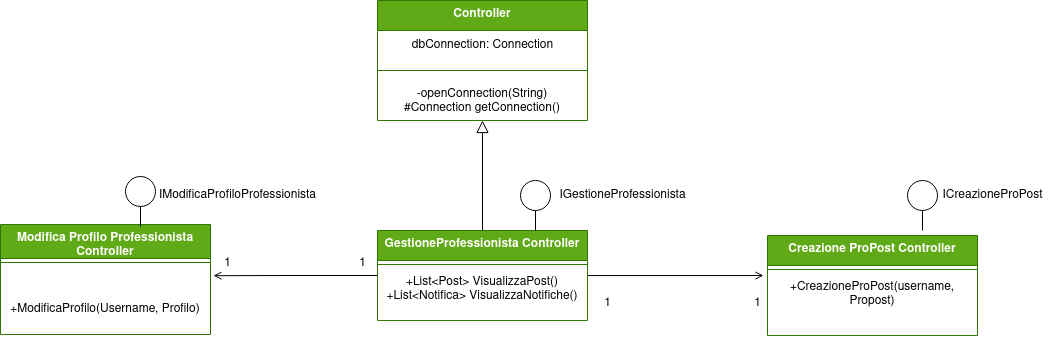
Above: Controller-Estesi/ControllerGestioneProfessionista Dettaglio.drawio.png in Iannicc/Pet-Party (draw.io), before the change. Source tidied: cells renumbered, new cells last; positions are measured from the earlier drawing's top-left corner, leaving out a move shared by most shapes.
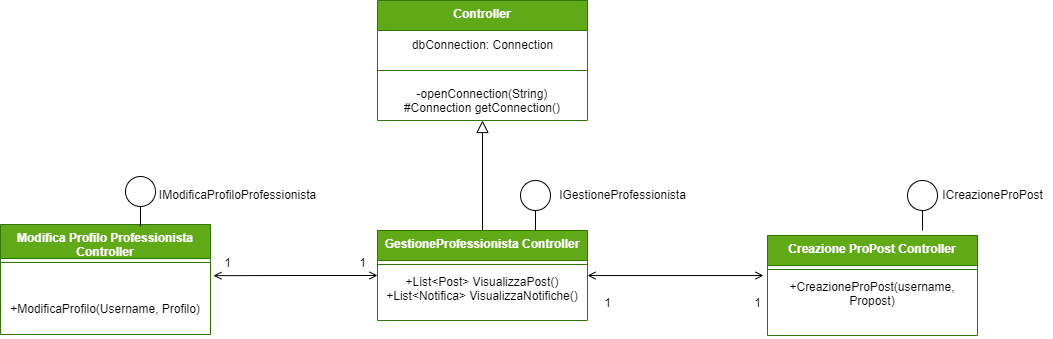
The same diagram one commit later.

Change to the diagram source:
```diff
@@ -2,10 +2,10 @@
   <root>
     <mxCell id="0" />
     <mxCell id="1" parent="0" />
-    <mxCell id="2" style="edgeStyle=orthogonalEdgeStyle;rounded=0;jettySize=auto;html=1;entryX=-0.019;entryY=0.033;entryDx=0;entryDy=0;entryPerimeter=0;endArrow=open;endFill=0;" parent="1" edge="1" source="5" target="13">
+    <mxCell id="2" style="edgeStyle=orthogonalEdgeStyle;rounded=0;jettySize=auto;html=1;entryX=-0.019;entryY=0.033;entryDx=0;entryDy=0;entryPerimeter=0;endArrow=open;endFill=0;startArrow=open;startFill=0;" parent="1" edge="1" source="5" target="13">
       <mxGeometry relative="1" as="geometry" />
     </mxCell>
-    <mxCell id="3" style="edgeStyle=orthogonalEdgeStyle;rounded=0;jettySize=auto;html=1;entryX=1.014;entryY=0.135;entryDx=0;entryDy=0;entryPerimeter=0;endArrow=open;endFill=0;" parent="1" edge="1" source="5" target="10">
+    <mxCell id="3" style="edgeStyle=orthogonalEdgeStyle;rounded=0;jettySize=auto;html=1;entryX=1.014;entryY=0.135;entryDx=0;entryDy=0;entryPerimeter=0;endArrow=open;endFill=0;startArrow=open;startFill=0;" parent="1" edge="1" source="5" target="10">
       <mxGeometry relative="1" as="geometry" />
     </mxCell>
     <mxCell id="4" style="edgeStyle=orthogonalEdgeStyle;rounded=0;jettySize=auto;html=1;entryX=0.5;entryY=1;entryDx=0;entryDy=0;endArrow=block;endFill=0;startSize=12;endSize=10;" parent="1" edge="1" source="5" target="14">
```
